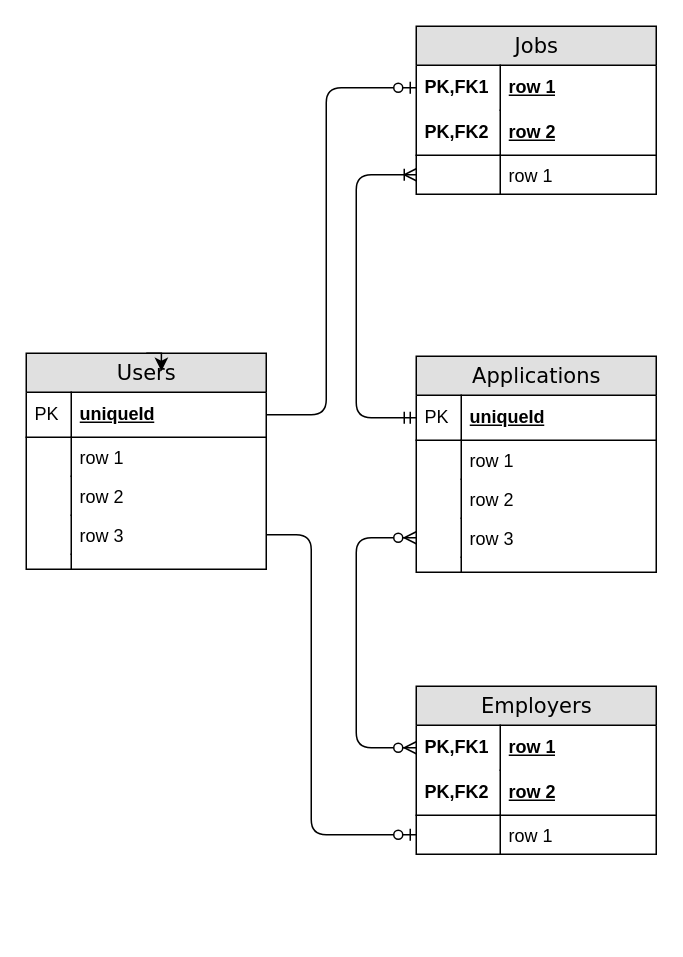
Before: reports/ERD.drawio in PeterWin596/final-project, a draw.io diagram. Source tidied: cells renumbered, new cells numbered last; positions are measured from the earlier drawing's top-left corner, leaving out a move shared by most shapes. Both pictures are drawn from the tidied source at 150%, with x=0, y=0 at pixel (26, 26).
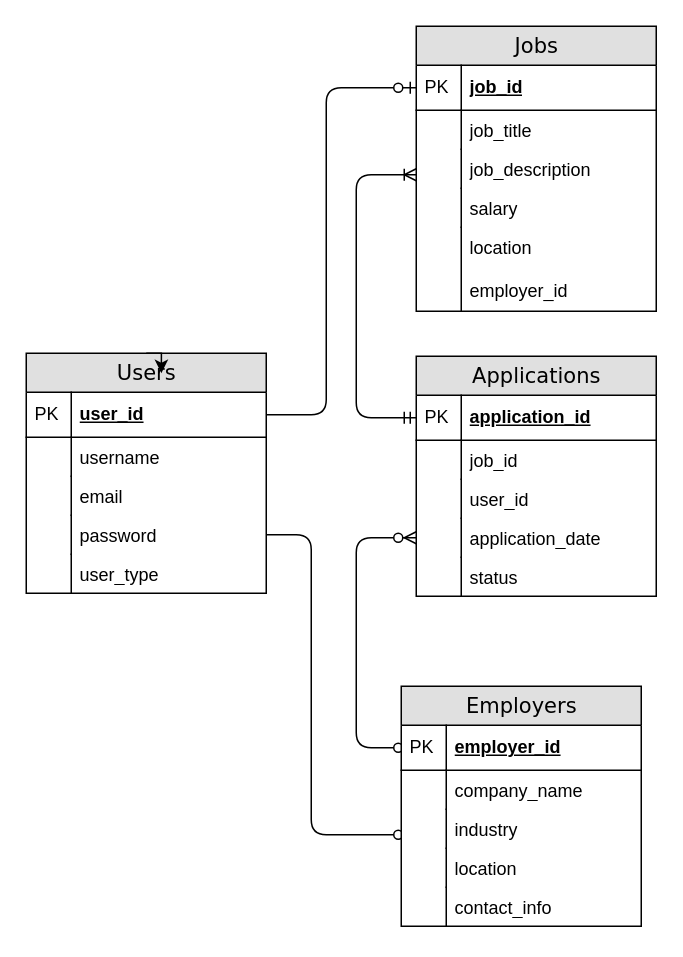
The same diagram, later.

Diff of the diagram source:
```diff
@@
-    <mxCell id="2" value="Jobs" style="swimlane;html=1;fontStyle=0;horizontal=1;startSize=26;fillColor=#e0e0e0;swimlaneFillColor=#ffffff;align=center;rounded=0;shadow=0;comic=0;labelBackgroundColor=none;strokeWidth=1;fontFamily=Verdana;fontSize=14;" parent="1" vertex="1">
-      <mxGeometry x="260" width="160" height="112" as="geometry" />
-    </mxCell>
-    <mxCell id="3" value="row 1" style="shape=partialRectangle;top=0;left=0;right=0;bottom=0;html=1;align=left;verticalAlign=middle;fillColor=none;spacingLeft=60;spacingRight=4;whiteSpace=wrap;overflow=hidden;points=[[0,0.5],[1,0.5]];portConstraint=eastwest;fontStyle=5;" parent="2" vertex="1">
-      <mxGeometry y="26" width="160" height="30" as="geometry" />
-    </mxCell>
-    <mxCell id="4" value="PK,FK1" style="shape=partialRectangle;fontStyle=1;top=0;left=0;bottom=0;html=1;fillColor=none;align=left;verticalAlign=middle;spacingLeft=4;spacingRight=4;whiteSpace=wrap;overflow=hidden;" parent="3" vertex="1">
-      <mxGeometry width="56" height="30" as="geometry" />
-    </mxCell>
-    <mxCell id="5" value="row 2" style="shape=partialRectangle;top=0;left=0;right=0;bottom=1;html=1;align=left;verticalAlign=middle;fillColor=none;spacingLeft=60;spacingRight=4;whiteSpace=wrap;overflow=hidden;fontStyle=5;" parent="2" vertex="1">
-      <mxGeometry y="56" width="160" height="30" as="geometry" />
-    </mxCell>
-    <mxCell id="6" value="PK,FK2" style="shape=partialRectangle;fontStyle=1;top=0;left=0;bottom=0;html=1;fillColor=none;align=left;verticalAlign=middle;spacingLeft=4;spacingRight=4;whiteSpace=wrap;overflow=hidden;" parent="5" vertex="1">
-      <mxGeometry width="56" height="30" as="geometry" />
-    </mxCell>
-    <mxCell id="7" value="row 1" style="shape=partialRectangle;top=0;left=0;right=0;bottom=0;html=1;align=left;verticalAlign=top;fillColor=none;spacingLeft=60;spacingRight=4;whiteSpace=wrap;overflow=hidden;points=[[0,0.5],[1,0.5]];portConstraint=eastwest;" parent="2" vertex="1">
-      <mxGeometry y="86" width="160" height="26" as="geometry" />
-    </mxCell>
-    <mxCell id="8" style="shape=partialRectangle;top=0;left=0;bottom=0;html=1;fillColor=none;align=left;verticalAlign=top;spacingLeft=4;spacingRight=4;whiteSpace=wrap;overflow=hidden;" parent="7" vertex="1">
-      <mxGeometry width="56" height="26" as="geometry" />
-    </mxCell>
     <mxCell id="9" value="Applications" style="swimlane;html=1;fontStyle=0;horizontal=1;startSize=26;fillColor=#e0e0e0;swimlaneFillColor=#ffffff;align=center;rounded=0;shadow=0;comic=0;labelBackgroundColor=none;strokeWidth=1;fontFamily=Verdana;fontSize=14;" parent="1" vertex="1">
-      <mxGeometry x="260" y="220" width="160" height="144" as="geometry" />
+      <mxGeometry x="260" y="220" width="160" height="160" as="geometry" />
     </mxCell>
-    <mxCell id="10" value="uniqueId" style="shape=partialRectangle;top=0;left=0;right=0;bottom=1;html=1;align=left;verticalAlign=middle;fillColor=none;spacingLeft=34;spacingRight=4;whiteSpace=wrap;overflow=hidden;points=[[0,0.5],[1,0.5]];portConstraint=eastwest;fontStyle=5;" parent="9" vertex="1">
+    <mxCell id="10" value="application_id" style="shape=partialRectangle;top=0;left=0;right=0;bottom=1;html=1;align=left;verticalAlign=middle;fillColor=none;spacingLeft=34;spacingRight=4;whiteSpace=wrap;overflow=hidden;points=[[0,0.5],[1,0.5]];portConstraint=eastwest;fontStyle=5;" parent="9" vertex="1">
       <mxGeometry y="26" width="160" height="30" as="geometry" />
     </mxCell>
@@
-    <mxCell id="12" value="row 1" style="shape=partialRectangle;top=0;left=0;right=0;bottom=0;html=1;align=left;verticalAlign=top;fillColor=none;spacingLeft=34;spacingRight=4;whiteSpace=wrap;overflow=hidden;" parent="9" vertex="1">
+    <mxCell id="12" value="job_id" style="shape=partialRectangle;top=0;left=0;right=0;bottom=0;html=1;align=left;verticalAlign=top;fillColor=none;spacingLeft=34;spacingRight=4;whiteSpace=wrap;overflow=hidden;" parent="9" vertex="1">
       <mxGeometry y="56" width="160" height="26" as="geometry" />
     </mxCell>
@@
-    <mxCell id="14" value="row 2" style="shape=partialRectangle;top=0;left=0;right=0;bottom=0;html=1;align=left;verticalAlign=top;fillColor=none;spacingLeft=34;spacingRight=4;whiteSpace=wrap;overflow=hidden;" parent="9" vertex="1">
+    <mxCell id="14" value="user_id" style="shape=partialRectangle;top=0;left=0;right=0;bottom=0;html=1;align=left;verticalAlign=top;fillColor=none;spacingLeft=34;spacingRight=4;whiteSpace=wrap;overflow=hidden;" parent="9" vertex="1">
       <mxGeometry y="82" width="160" height="26" as="geometry" />
     </mxCell>
@@
-    <mxCell id="16" value="row 3" style="shape=partialRectangle;top=0;left=0;right=0;bottom=0;html=1;align=left;verticalAlign=top;fillColor=none;spacingLeft=34;spacingRight=4;whiteSpace=wrap;overflow=hidden;points=[[0,0.5],[1,0.5]];portConstraint=eastwest;" parent="9" vertex="1">
+    <mxCell id="16" value="application_date" style="shape=partialRectangle;top=0;left=0;right=0;bottom=0;html=1;align=left;verticalAlign=top;fillColor=none;spacingLeft=34;spacingRight=4;whiteSpace=wrap;overflow=hidden;points=[[0,0.5],[1,0.5]];portConstraint=eastwest;" parent="9" vertex="1">
       <mxGeometry y="108" width="160" height="26" as="geometry" />
     </mxCell>
@@
-    <mxCell id="18" style="shape=partialRectangle;top=0;left=0;right=0;bottom=0;html=1;align=left;verticalAlign=top;fillColor=none;spacingLeft=34;spacingRight=4;whiteSpace=wrap;overflow=hidden;" parent="9" vertex="1">
-      <mxGeometry y="134" width="160" height="10" as="geometry" />
+    <mxCell id="18" value="status" style="shape=partialRectangle;top=0;left=0;right=0;bottom=0;html=1;align=left;verticalAlign=top;fillColor=none;spacingLeft=34;spacingRight=4;whiteSpace=wrap;overflow=hidden;" parent="9" vertex="1">
+      <mxGeometry y="134" width="160" height="26" as="geometry" />
     </mxCell>
     <mxCell id="19" style="shape=partialRectangle;top=0;left=0;bottom=0;html=1;fillColor=none;align=left;verticalAlign=top;spacingLeft=4;spacingRight=4;whiteSpace=wrap;overflow=hidden;" parent="18" vertex="1">
-      <mxGeometry width="30" height="10" as="geometry" />
+      <mxGeometry width="30" height="26" as="geometry" />
     </mxCell>
-    <mxCell id="20" value="Employers" style="swimlane;html=1;fontStyle=0;horizontal=1;startSize=26;fillColor=#e0e0e0;swimlaneFillColor=#ffffff;align=center;rounded=0;shadow=0;comic=0;labelBackgroundColor=none;strokeWidth=1;fontFamily=Verdana;fontSize=14;" parent="1" vertex="1">
-      <mxGeometry x="260" y="440" width="160" height="112" as="geometry" />
-    </mxCell>
-    <mxCell id="21" value="row 1" style="shape=partialRectangle;top=0;left=0;right=0;bottom=0;html=1;align=left;verticalAlign=middle;fillColor=none;spacingLeft=60;spacingRight=4;whiteSpace=wrap;overflow=hidden;points=[[0,0.5],[1,0.5]];portConstraint=eastwest;fontStyle=5;" parent="20" vertex="1">
-      <mxGeometry y="26" width="160" height="30" as="geometry" />
-    </mxCell>
-    <mxCell id="22" value="PK,FK1" style="shape=partialRectangle;fontStyle=1;top=0;left=0;bottom=0;html=1;fillColor=none;align=left;verticalAlign=middle;spacingLeft=4;spacingRight=4;whiteSpace=wrap;overflow=hidden;" parent="21" vertex="1">
-      <mxGeometry width="56" height="30" as="geometry" />
-    </mxCell>
-    <mxCell id="23" value="row 2" style="shape=partialRectangle;top=0;left=0;right=0;bottom=1;html=1;align=left;verticalAlign=middle;fillColor=none;spacingLeft=60;spacingRight=4;whiteSpace=wrap;overflow=hidden;fontStyle=5;" parent="20" vertex="1">
-      <mxGeometry y="56" width="160" height="30" as="geometry" />
-    </mxCell>
-    <mxCell id="24" value="PK,FK2" style="shape=partialRectangle;fontStyle=1;top=0;left=0;bottom=0;html=1;fillColor=none;align=left;verticalAlign=middle;spacingLeft=4;spacingRight=4;whiteSpace=wrap;overflow=hidden;" parent="23" vertex="1">
-      <mxGeometry width="56" height="30" as="geometry" />
-    </mxCell>
-    <mxCell id="25" value="row 1" style="shape=partialRectangle;top=0;left=0;right=0;bottom=0;html=1;align=left;verticalAlign=top;fillColor=none;spacingLeft=60;spacingRight=4;whiteSpace=wrap;overflow=hidden;points=[[0,0.5],[1,0.5]];portConstraint=eastwest;" parent="20" vertex="1">
-      <mxGeometry y="86" width="160" height="26" as="geometry" />
-    </mxCell>
-    <mxCell id="26" style="shape=partialRectangle;top=0;left=0;bottom=0;html=1;fillColor=none;align=left;verticalAlign=top;spacingLeft=4;spacingRight=4;whiteSpace=wrap;overflow=hidden;" parent="25" vertex="1">
-      <mxGeometry width="56" height="26" as="geometry" />
-    </mxCell>
-    <mxCell id="27" style="edgeStyle=orthogonalEdgeStyle;html=1;endArrow=ERoneToMany;startArrow=ERmandOne;labelBackgroundColor=none;fontFamily=Verdana;fontSize=14;entryX=0;entryY=0.5;exitX=0;exitY=0.5;" parent="1" edge="1" source="10" target="7">
+    <mxCell id="27" style="edgeStyle=orthogonalEdgeStyle;html=1;endArrow=ERoneToMany;startArrow=ERmandOne;labelBackgroundColor=none;fontFamily=Verdana;fontSize=14;entryX=0;entryY=0.5;exitX=0;exitY=0.5;" parent="1" edge="1" source="10">
       <mxGeometry relative="1" as="geometry">
+        <mxPoint x="260" y="99" as="targetPoint" />
         <Array as="points">
           <mxPoint x="220" y="261" />
           <mxPoint x="220" y="99" />
         </Array>
       </mxGeometry>
     </mxCell>
-    <mxCell id="28" style="edgeStyle=orthogonalEdgeStyle;html=1;endArrow=ERzeroToMany;endFill=1;startArrow=ERzeroToMany;labelBackgroundColor=none;fontFamily=Verdana;fontSize=14;entryX=0;entryY=0.5;exitX=0;exitY=0.5;" parent="1" edge="1" source="21" target="16">
+    <mxCell id="28" style="edgeStyle=orthogonalEdgeStyle;html=1;endArrow=ERzeroToMany;endFill=1;startArrow=ERzeroToMany;labelBackgroundColor=none;fontFamily=Verdana;fontSize=14;entryX=0;entryY=0.5;exitX=0;exitY=0.5;" parent="1" edge="1" target="16">
       <mxGeometry relative="1" as="geometry">
+        <mxPoint x="260" y="481" as="sourcePoint" />
         <Array as="points">
           <mxPoint x="220" y="481" />
           <mxPoint x="220" y="341" />
         </Array>
       </mxGeometry>
     </mxCell>
     <mxCell id="29" value="Users" style="swimlane;html=1;fontStyle=0;horizontal=1;startSize=26;fillColor=#e0e0e0;swimlaneFillColor=#ffffff;align=center;rounded=0;shadow=0;comic=0;labelBackgroundColor=none;strokeWidth=1;fontFamily=Verdana;fontSize=14;" parent="1" vertex="1">
-      <mxGeometry y="218" width="160" height="144" as="geometry" />
+      <mxGeometry y="218" width="160" height="160" as="geometry" />
     </mxCell>
-    <mxCell id="30" value="uniqueId" style="shape=partialRectangle;top=0;left=0;right=0;bottom=1;html=1;align=left;verticalAlign=middle;fillColor=none;spacingLeft=34;spacingRight=4;whiteSpace=wrap;overflow=hidden;points=[[0,0.5],[1,0.5]];portConstraint=eastwest;fontStyle=5;" parent="29" vertex="1">
+    <mxCell id="30" value="user_id" style="shape=partialRectangle;top=0;left=0;right=0;bottom=1;html=1;align=left;verticalAlign=middle;fillColor=none;spacingLeft=34;spacingRight=4;whiteSpace=wrap;overflow=hidden;points=[[0,0.5],[1,0.5]];portConstraint=eastwest;fontStyle=5;" parent="29" vertex="1">
       <mxGeometry y="26" width="160" height="30" as="geometry" />
     </mxCell>
@@
-    <mxCell id="32" value="row 1" style="shape=partialRectangle;top=0;left=0;right=0;bottom=0;html=1;align=left;verticalAlign=top;fillColor=none;spacingLeft=34;spacingRight=4;whiteSpace=wrap;overflow=hidden;" parent="29" vertex="1">
+    <mxCell id="32" value="username" style="shape=partialRectangle;top=0;left=0;right=0;bottom=0;html=1;align=left;verticalAlign=top;fillColor=none;spacingLeft=34;spacingRight=4;whiteSpace=wrap;overflow=hidden;" parent="29" vertex="1">
       <mxGeometry y="56" width="160" height="26" as="geometry" />
     </mxCell>
@@
-    <mxCell id="34" value="row 2" style="shape=partialRectangle;top=0;left=0;right=0;bottom=0;html=1;align=left;verticalAlign=top;fillColor=none;spacingLeft=34;spacingRight=4;whiteSpace=wrap;overflow=hidden;" parent="29" vertex="1">
+    <mxCell id="34" value="email" style="shape=partialRectangle;top=0;left=0;right=0;bottom=0;html=1;align=left;verticalAlign=top;fillColor=none;spacingLeft=34;spacingRight=4;whiteSpace=wrap;overflow=hidden;" parent="29" vertex="1">
       <mxGeometry y="82" width="160" height="26" as="geometry" />
     </mxCell>
@@
-    <mxCell id="36" value="row 3" style="shape=partialRectangle;top=0;left=0;right=0;bottom=0;html=1;align=left;verticalAlign=top;fillColor=none;spacingLeft=34;spacingRight=4;whiteSpace=wrap;overflow=hidden;points=[[0,0.5],[1,0.5]];portConstraint=eastwest;" parent="29" vertex="1">
+    <mxCell id="36" value="password&lt;div&gt;&lt;br/&gt;&lt;/div&gt;" style="shape=partialRectangle;top=0;left=0;right=0;bottom=0;html=1;align=left;verticalAlign=top;fillColor=none;spacingLeft=34;spacingRight=4;whiteSpace=wrap;overflow=hidden;points=[[0,0.5],[1,0.5]];portConstraint=eastwest;" parent="29" vertex="1">
       <mxGeometry y="108" width="160" height="26" as="geometry" />
     </mxCell>
@@
-    <mxCell id="38" style="shape=partialRectangle;top=0;left=0;right=0;bottom=0;html=1;align=left;verticalAlign=top;fillColor=none;spacingLeft=34;spacingRight=4;whiteSpace=wrap;overflow=hidden;" parent="29" vertex="1">
-      <mxGeometry y="134" width="160" height="10" as="geometry" />
+    <mxCell id="38" value="user_type" style="shape=partialRectangle;top=0;left=0;right=0;bottom=0;html=1;align=left;verticalAlign=top;fillColor=none;spacingLeft=34;spacingRight=4;whiteSpace=wrap;overflow=hidden;" parent="29" vertex="1">
+      <mxGeometry y="134" width="160" height="26" as="geometry" />
     </mxCell>
     <mxCell id="39" style="shape=partialRectangle;top=0;left=0;bottom=0;html=1;fillColor=none;align=left;verticalAlign=top;spacingLeft=4;spacingRight=4;whiteSpace=wrap;overflow=hidden;" parent="38" vertex="1">
-      <mxGeometry width="30" height="10" as="geometry" />
+      <mxGeometry width="30" height="26" as="geometry" />
     </mxCell>
-    <mxCell id="40" style="edgeStyle=orthogonalEdgeStyle;html=1;endArrow=ERzeroToOne;endFill=1;labelBackgroundColor=none;fontFamily=Verdana;fontSize=14;entryX=0;entryY=0.5;exitX=1;exitY=0.5;" parent="1" edge="1" source="30" target="3">
+    <mxCell id="40" style="edgeStyle=orthogonalEdgeStyle;html=1;endArrow=ERzeroToOne;endFill=1;labelBackgroundColor=none;fontFamily=Verdana;fontSize=14;entryX=0;entryY=0.5;exitX=1;exitY=0.5;" parent="1" edge="1" source="30">
       <mxGeometry relative="1" as="geometry">
+        <mxPoint x="260" y="41" as="targetPoint" />
         <Array as="points">
           <mxPoint x="200" y="259" />
           <mxPoint x="200" y="41" />
         </Array>
       </mxGeometry>
     </mxCell>
-    <mxCell id="41" style="edgeStyle=orthogonalEdgeStyle;html=1;endArrow=ERzeroToOne;endFill=1;labelBackgroundColor=none;fontFamily=Verdana;fontSize=14;entryX=0;entryY=0.5;exitX=1;exitY=0.5;" parent="1" edge="1" source="36" target="25">
+    <mxCell id="41" style="edgeStyle=orthogonalEdgeStyle;html=1;endArrow=ERzeroToOne;endFill=1;labelBackgroundColor=none;fontFamily=Verdana;fontSize=14;entryX=0;entryY=0.5;exitX=1;exitY=0.5;" parent="1" edge="1" source="36">
       <mxGeometry relative="1" as="geometry">
+        <mxPoint x="260" y="539" as="targetPoint" />
         <Array as="points">
           <mxPoint x="190" y="339" />
           <mxPoint x="190" y="539" />
         </Array>
       </mxGeometry>
     </mxCell>
@@
+    <mxCell id="2" value="Jobs " style="swimlane;html=1;fontStyle=0;horizontal=1;startSize=26;fillColor=#e0e0e0;swimlaneFillColor=#ffffff;align=center;rounded=0;shadow=0;comic=0;labelBackgroundColor=none;strokeWidth=1;fontFamily=Verdana;fontSize=14;" parent="1" vertex="1">
+      <mxGeometry x="260" width="160" height="190" as="geometry" />
+    </mxCell>
+    <mxCell id="43" value="job_id " style="shape=partialRectangle;top=0;left=0;right=0;bottom=1;html=1;align=left;verticalAlign=middle;fillColor=none;spacingLeft=34;spacingRight=4;whiteSpace=wrap;overflow=hidden;fontStyle=5;" parent="2" vertex="1">
+      <mxGeometry y="26" width="160" height="30" as="geometry" />
+    </mxCell>
+    <mxCell id="44" value="PK" style="shape=partialRectangle;top=0;left=0;bottom=0;html=1;fillColor=none;align=left;verticalAlign=middle;spacingLeft=4;spacingRight=4;whiteSpace=wrap;overflow=hidden;" parent="43" vertex="1">
+      <mxGeometry width="30" height="30" as="geometry" />
+    </mxCell>
+    <mxCell id="45" value="job_title" style="shape=partialRectangle;top=0;left=0;right=0;bottom=0;html=1;align=left;verticalAlign=top;fillColor=none;spacingLeft=34;spacingRight=4;whiteSpace=wrap;overflow=hidden;" parent="2" vertex="1">
+      <mxGeometry y="56" width="160" height="26" as="geometry" />
+    </mxCell>
+    <mxCell id="46" style="shape=partialRectangle;top=0;left=0;bottom=0;html=1;fillColor=none;align=left;verticalAlign=top;spacingLeft=4;spacingRight=4;whiteSpace=wrap;overflow=hidden;" parent="45" vertex="1">
+      <mxGeometry width="30" height="26" as="geometry" />
+    </mxCell>
+    <mxCell id="47" value="job_description" style="shape=partialRectangle;top=0;left=0;right=0;bottom=0;html=1;align=left;verticalAlign=top;fillColor=none;spacingLeft=34;spacingRight=4;whiteSpace=wrap;overflow=hidden;" parent="2" vertex="1">
+      <mxGeometry y="82" width="160" height="26" as="geometry" />
+    </mxCell>
+    <mxCell id="48" style="shape=partialRectangle;top=0;left=0;bottom=0;html=1;fillColor=none;align=left;verticalAlign=top;spacingLeft=4;spacingRight=4;whiteSpace=wrap;overflow=hidden;" parent="47" vertex="1">
+      <mxGeometry width="30" height="26" as="geometry" />
+    </mxCell>
+    <mxCell id="49" value="salary" style="shape=partialRectangle;top=0;left=0;right=0;bottom=0;html=1;align=left;verticalAlign=top;fillColor=none;spacingLeft=34;spacingRight=4;whiteSpace=wrap;overflow=hidden;" parent="2" vertex="1">
+      <mxGeometry y="108" width="160" height="26" as="geometry" />
+    </mxCell>
+    <mxCell id="50" style="shape=partialRectangle;top=0;left=0;bottom=0;html=1;fillColor=none;align=left;verticalAlign=top;spacingLeft=4;spacingRight=4;whiteSpace=wrap;overflow=hidden;" parent="49" vertex="1">
+      <mxGeometry width="30" height="26" as="geometry" />
+    </mxCell>
+    <mxCell id="51" value="location&lt;div&gt;&lt;br&gt;&lt;/div&gt;&lt;div&gt;employer_id&lt;br&gt;&lt;/div&gt;" style="shape=partialRectangle;top=0;left=0;right=0;bottom=0;html=1;align=left;verticalAlign=top;fillColor=none;spacingLeft=34;spacingRight=4;whiteSpace=wrap;overflow=hidden;" parent="2" vertex="1">
+      <mxGeometry y="134" width="160" height="56" as="geometry" />
+    </mxCell>
+    <mxCell id="52" style="shape=partialRectangle;top=0;left=0;bottom=0;html=1;fillColor=none;align=left;verticalAlign=top;spacingLeft=4;spacingRight=4;whiteSpace=wrap;overflow=hidden;" parent="51" vertex="1">
+      <mxGeometry width="30" height="56" as="geometry" />
+    </mxCell>
+    <mxCell id="20" value="Employers" style="swimlane;html=1;fontStyle=0;horizontal=1;startSize=26;fillColor=#e0e0e0;swimlaneFillColor=#ffffff;align=center;rounded=0;shadow=0;comic=0;labelBackgroundColor=none;strokeWidth=1;fontFamily=Verdana;fontSize=14;" parent="1" vertex="1">
+      <mxGeometry x="250" y="440" width="160" height="160" as="geometry" />
+    </mxCell>
+    <mxCell id="53" value="employer_id" style="shape=partialRectangle;top=0;left=0;right=0;bottom=1;html=1;align=left;verticalAlign=middle;fillColor=none;spacingLeft=34;spacingRight=4;whiteSpace=wrap;overflow=hidden;fontStyle=5;" parent="20" vertex="1">
+      <mxGeometry y="26" width="160" height="30" as="geometry" />
+    </mxCell>
+    <mxCell id="54" value="PK" style="shape=partialRectangle;top=0;left=0;bottom=0;html=1;fillColor=none;align=left;verticalAlign=middle;spacingLeft=4;spacingRight=4;whiteSpace=wrap;overflow=hidden;" parent="53" vertex="1">
+      <mxGeometry width="30" height="30" as="geometry" />
+    </mxCell>
+    <mxCell id="55" value="company_name" style="shape=partialRectangle;top=0;left=0;right=0;bottom=0;html=1;align=left;verticalAlign=top;fillColor=none;spacingLeft=34;spacingRight=4;whiteSpace=wrap;overflow=hidden;" parent="20" vertex="1">
+      <mxGeometry y="56" width="160" height="26" as="geometry" />
+    </mxCell>
+    <mxCell id="56" style="shape=partialRectangle;top=0;left=0;bottom=0;html=1;fillColor=none;align=left;verticalAlign=top;spacingLeft=4;spacingRight=4;whiteSpace=wrap;overflow=hidden;" parent="55" vertex="1">
+      <mxGeometry width="30" height="26" as="geometry" />
+    </mxCell>
+    <mxCell id="57" value="industry" style="shape=partialRectangle;top=0;left=0;right=0;bottom=0;html=1;align=left;verticalAlign=top;fillColor=none;spacingLeft=34;spacingRight=4;whiteSpace=wrap;overflow=hidden;" parent="20" vertex="1">
+      <mxGeometry y="82" width="160" height="26" as="geometry" />
+    </mxCell>
+    <mxCell id="58" style="shape=partialRectangle;top=0;left=0;bottom=0;html=1;fillColor=none;align=left;verticalAlign=top;spacingLeft=4;spacingRight=4;whiteSpace=wrap;overflow=hidden;" parent="57" vertex="1">
+      <mxGeometry width="30" height="26" as="geometry" />
+    </mxCell>
+    <mxCell id="59" value="location" style="shape=partialRectangle;top=0;left=0;right=0;bottom=0;html=1;align=left;verticalAlign=top;fillColor=none;spacingLeft=34;spacingRight=4;whiteSpace=wrap;overflow=hidden;" parent="20" vertex="1">
+      <mxGeometry y="108" width="160" height="26" as="geometry" />
+    </mxCell>
+    <mxCell id="60" style="shape=partialRectangle;top=0;left=0;bottom=0;html=1;fillColor=none;align=left;verticalAlign=top;spacingLeft=4;spacingRight=4;whiteSpace=wrap;overflow=hidden;" parent="59" vertex="1">
+      <mxGeometry width="30" height="26" as="geometry" />
+    </mxCell>
+    <mxCell id="61" value="contact_info" style="shape=partialRectangle;top=0;left=0;right=0;bottom=0;html=1;align=left;verticalAlign=top;fillColor=none;spacingLeft=34;spacingRight=4;whiteSpace=wrap;overflow=hidden;" parent="20" vertex="1">
+      <mxGeometry y="134" width="160" height="26" as="geometry" />
+    </mxCell>
+    <mxCell id="62" style="shape=partialRectangle;top=0;left=0;bottom=0;html=1;fillColor=none;align=left;verticalAlign=top;spacingLeft=4;spacingRight=4;whiteSpace=wrap;overflow=hidden;" parent="61" vertex="1">
+      <mxGeometry width="30" height="26" as="geometry" />
+    </mxCell>
```
